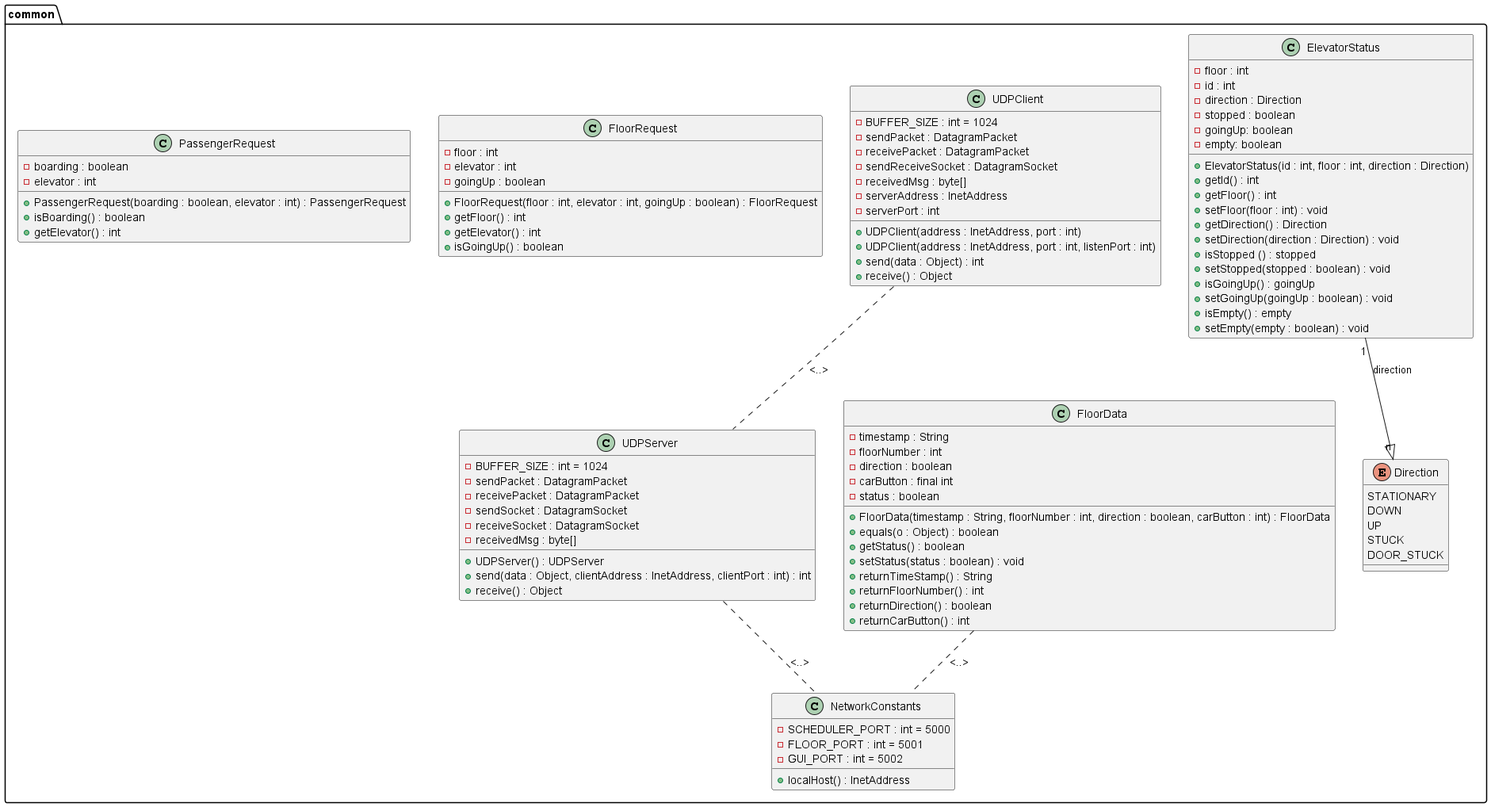
Above: docs/CommonClasses.png in kavvykav/SYSC3303-project (PlantUML), before the change.
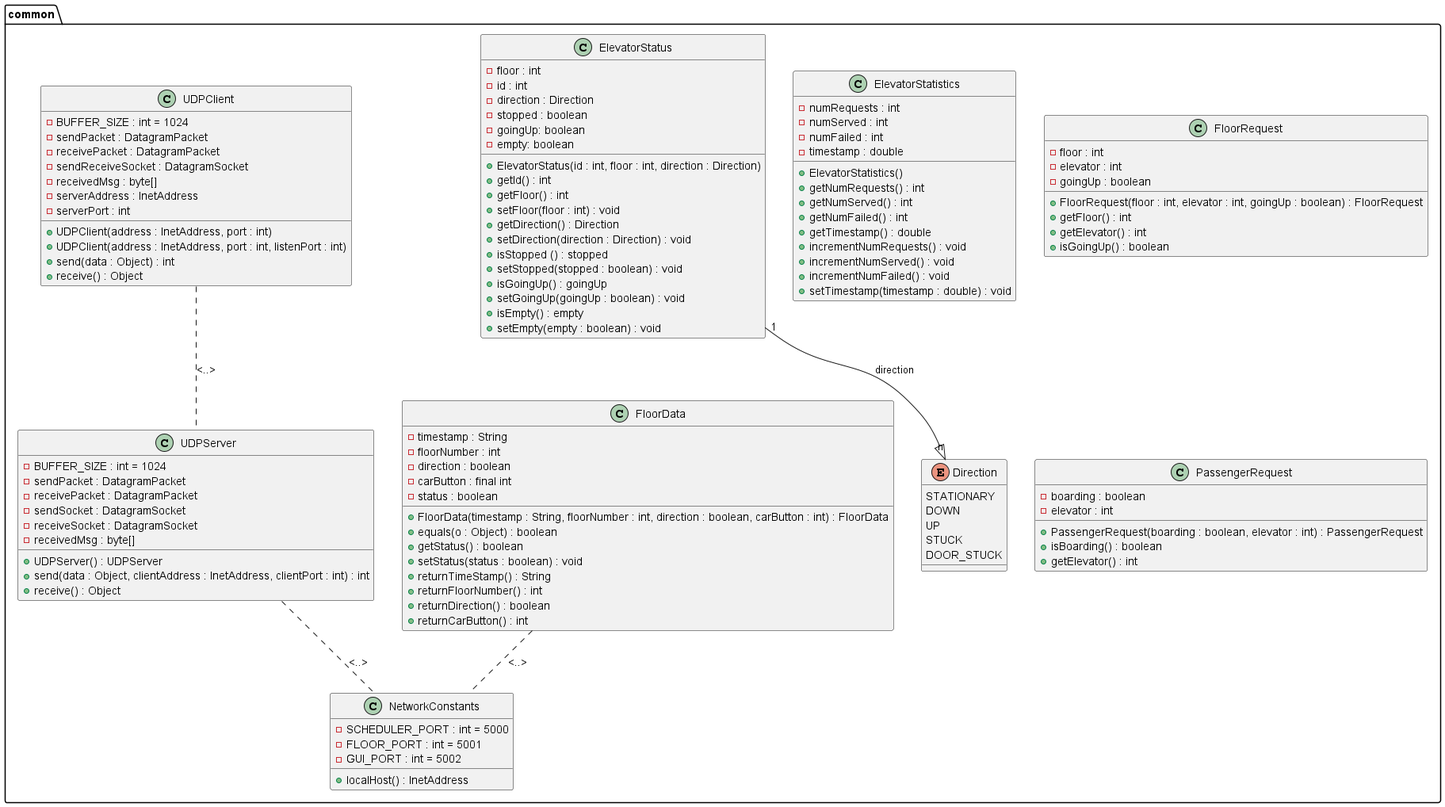
Above is the later version.

The edit, as a diff of the source:
```diff
@@ -1,5 +1,21 @@
 @startuml
 package common {
+
+class ElevatorStatistics {
+  - numRequests : int
+  - numServed : int
+  - numFailed : int
+  - timestamp : double
+  + ElevatorStatistics()
+  + getNumRequests() : int
+  + getNumServed() : int
+  + getNumFailed() : int
+  + getTimestamp() : double
+  + incrementNumRequests() : void
+  + incrementNumServed() : void
+  + incrementNumFailed() : void
+  + setTimestamp(timestamp : double) : void
+}
 
 class ElevatorStatus {
   - floor : int
```
